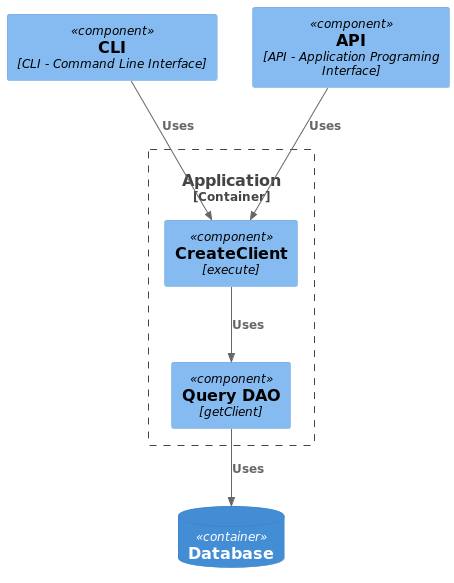
Earlier version of the PlantUML export assets/component/component_getClient.png (ivanfigueiredo/project-java). The source it was exported from:
```plantuml
@startuml
!include https://raw.githubusercontent.com/plantuml-stdlib/C4-PlantUML/master/C4_Component.puml

Component(cli, "CLI", "", $techn="CLI - Command Line Interface")
Component(api, "API", "", $techn="API - Application Programing Interface")
ContainerDb(db, "Database")

Container_Boundary(application, "Application") {
 Component(createClient, "CreateClient", "execute")
 Component(query, "Query DAO", "getClient")

 Rel(createClient, query, "Uses")
}

Rel(query, db, "Uses")
Rel(cli, createClient, "Uses")
Rel(api, createClient, "Uses")
@enduml
```
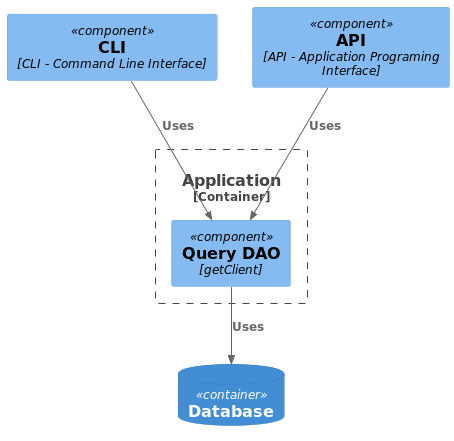
The same file after the commit.

The edit, as a diff of the source:
```diff
@@ -6,13 +6,10 @@
 ContainerDb(db, "Database")
 
 Container_Boundary(application, "Application") {
- Component(createClient, "CreateClient", "execute")
  Component(query, "Query DAO", "getClient")
-
- Rel(createClient, query, "Uses")
 }
 
 Rel(query, db, "Uses")
-Rel(cli, createClient, "Uses")
-Rel(api, createClient, "Uses")
+Rel(cli, query, "Uses")
+Rel(api, query, "Uses")
 @enduml
```
